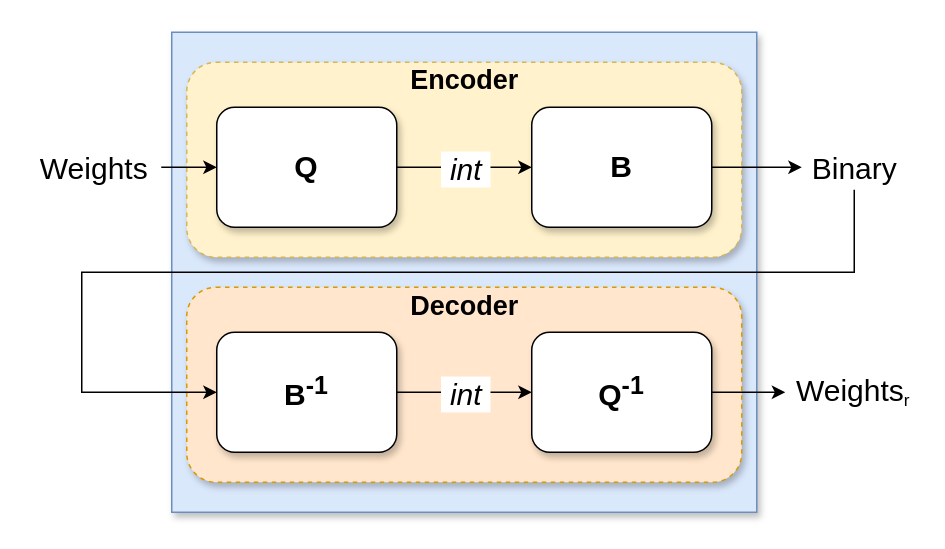
Above: Document/imgs/deepcabac.drawio in a-mruiz/TFM (draw.io), before the change. Source tidied: cells renumbered, new cells numbered last; positions are measured from the earlier drawing's top-left corner, leaving out a move shared by most shapes. Both pictures are drawn from the tidied source at 150%, with x=0, y=0 at pixel (26, 32).
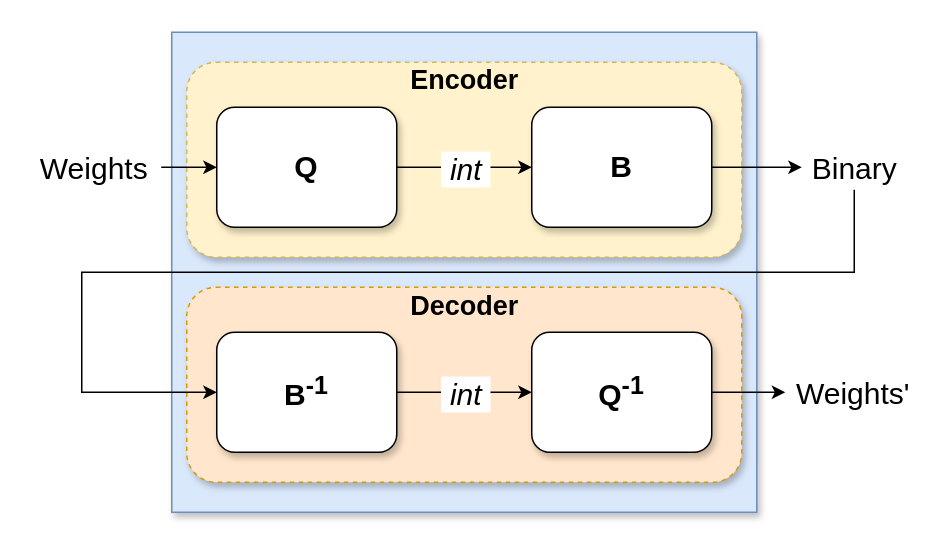
Above is the later version.

The edit, as a diff of the source:
```diff
@@
-    <mxCell id="21" value="Weights&lt;span style=&quot;font-size: 13.8889px;&quot;&gt;&lt;sub&gt;r&lt;/sub&gt;&lt;/span&gt;" style="text;html=1;align=center;verticalAlign=middle;points=[];strokeColor=none;fillColor=none;fontSize=20;" parent="1" vertex="1">
-      <mxGeometry x="506" y="220" width="90" height="40" as="geometry" />
+    <mxCell id="21" value="Weights'" style="text;html=1;align=center;verticalAlign=middle;points=[];strokeColor=none;fillColor=none;fontSize=20;" parent="1" vertex="1">
+      <mxGeometry x="506" y="225" width="90" height="30" as="geometry" />
     </mxCell>
```
